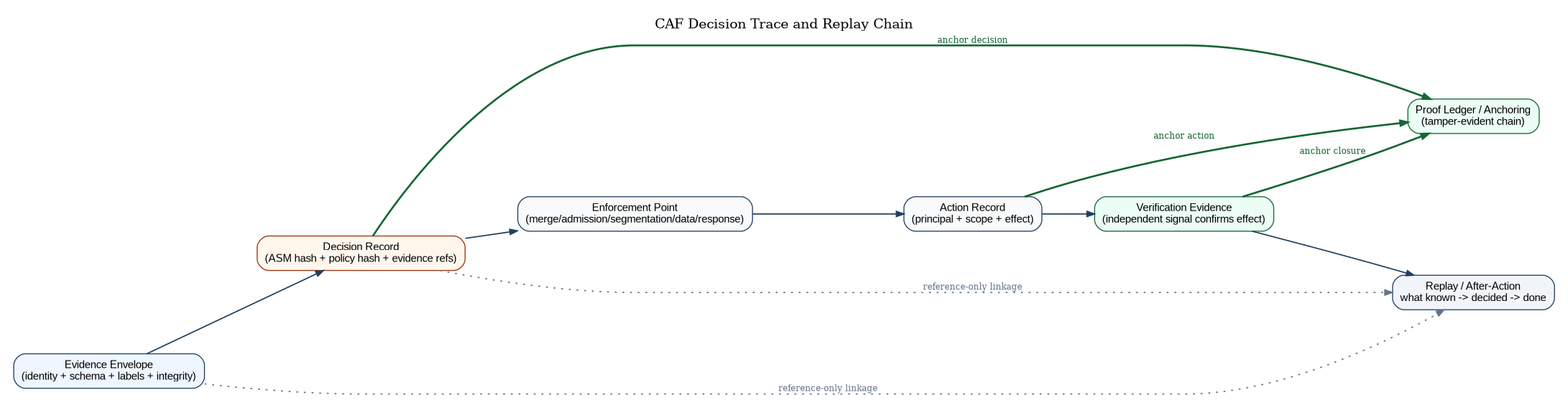
Above: papers/caf-ra/diagrams/caf_decision_trace.png in anboas/Whitepaper (Graphviz), before the change. Its source is kept beside it as papers/caf-ra/diagrams-src/caf_decision_trace.dot.
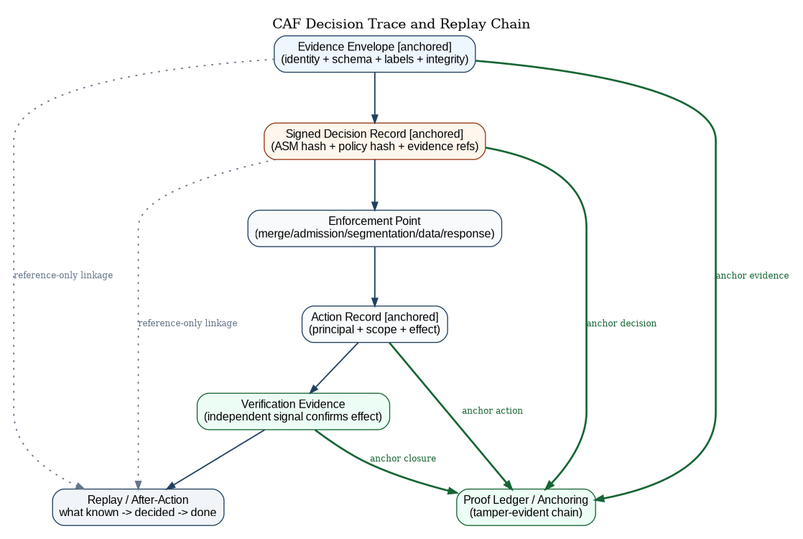
The same file after the commit.

Diff of the diagram source:
```diff
@@ -1,27 +1,28 @@
 digraph CAFDecisionTrace {
-  rankdir=LR;
+  rankdir=TB;
   graph [
     bgcolor="white",
     pad="0.20",
-    nodesep="0.58",
-    ranksep="0.75",
+    nodesep="0.55",
+    ranksep="0.72",
     labelloc="t",
     label="CAF Decision Trace and Replay Chain"
   ];
 
-  node [shape=box, style="rounded,filled", fillcolor="#F8FAFC", color="#204060", fontname="Arial", fontsize=11.2];
-  edge [color="#204060", arrowsize=0.78, penwidth=1.3];
+  node [shape=box, style="rounded,filled", fillcolor="#F8FAFC", color="#204060", fontname="Arial", fontsize=11.8, margin="0.10,0.09"];
+  edge [color="#204060", arrowsize=0.80, penwidth=1.35];
 
-  E  [label="Evidence Envelope\n(identity + schema + labels + integrity)", fillcolor="#EEF6FF"];
-  D  [label="Decision Record\n(ASM hash + policy hash + evidence refs)", fillcolor="#FFF7ED", color="#9A3412"];
+  E  [label="Evidence Envelope [anchored]\n(identity + schema + labels + integrity)", fillcolor="#EEF6FF"];
+  D  [label="Signed Decision Record [anchored]\n(ASM hash + policy hash + evidence refs)", fillcolor="#FFF7ED", color="#9A3412"];
   EP [label="Enforcement Point\n(merge/admission/segmentation/data/response)"];
-  A  [label="Action Record\n(principal + scope + effect)"];
+  A  [label="Action Record [anchored]\n(principal + scope + effect)"];
   V  [label="Verification Evidence\n(independent signal confirms effect)", fillcolor="#ECFDF5", color="#166534"];
   R  [label="Replay / After-Action\nwhat known -> decided -> done", fillcolor="#F1F5F9"];
   L  [label="Proof Ledger / Anchoring\n(tamper-evident chain)", fillcolor="#ECFDF5", color="#166534"];
 
   E -> D -> EP -> A -> V -> R;
 
+  E -> L [style=bold, color="#166534", penwidth=2.0, label="anchor evidence", fontsize=9.2, fontcolor="#166534"];
   D -> L [style=bold, color="#166534", penwidth=2.0, label="anchor decision", fontsize=9.2, fontcolor="#166534"];
   A -> L [style=bold, color="#166534", penwidth=2.0, label="anchor action", fontsize=9.2, fontcolor="#166534"];
   V -> L [style=bold, color="#166534", penwidth=2.0, label="anchor closure", fontsize=9.2, fontcolor="#166534"];
```
